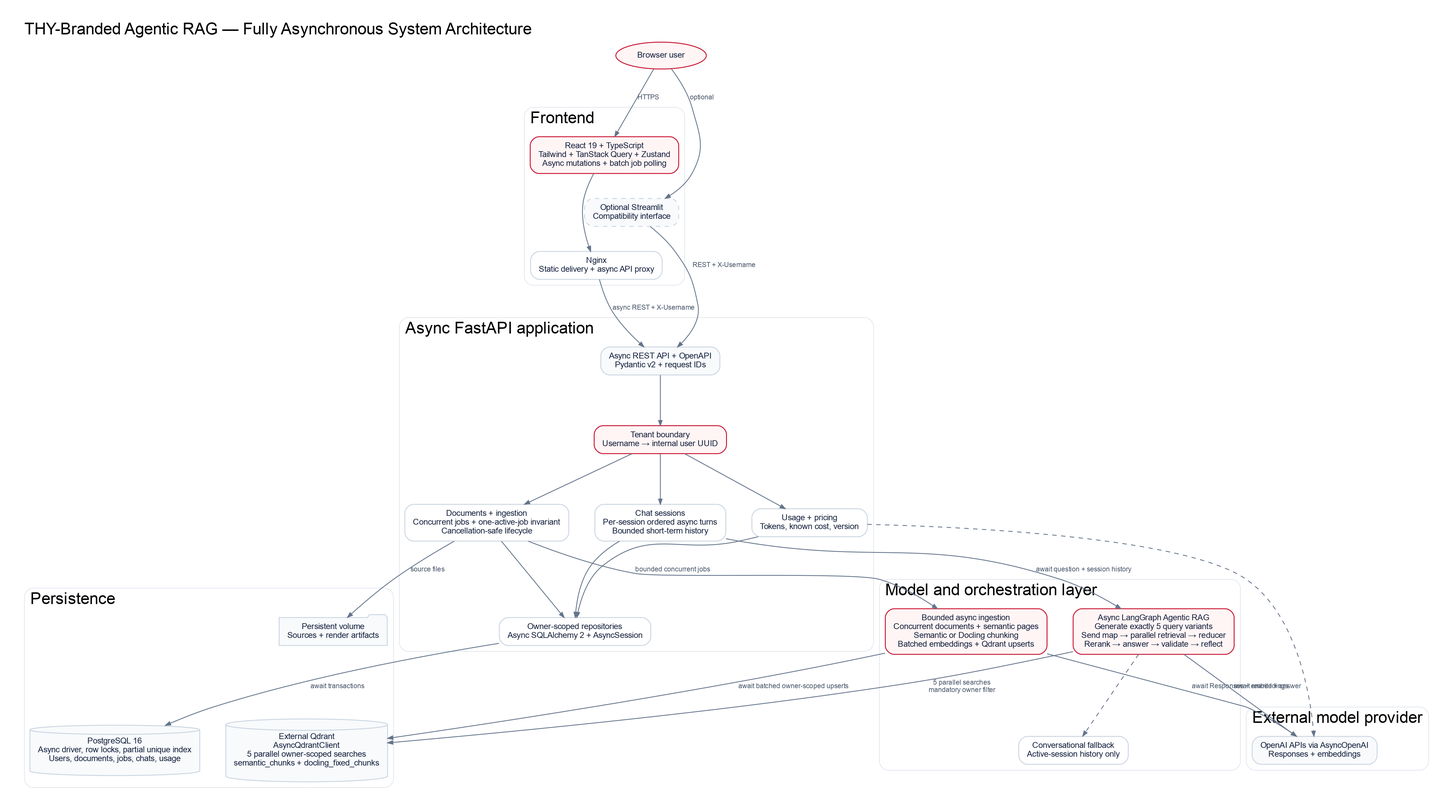
sefaisci/THY-Case-Study keeps this Graphviz diagram as docs/architecture/complete-system-architecture.png. Above is the earlier version. Its source is kept beside it as docs/architecture/complete-system-architecture.dot.
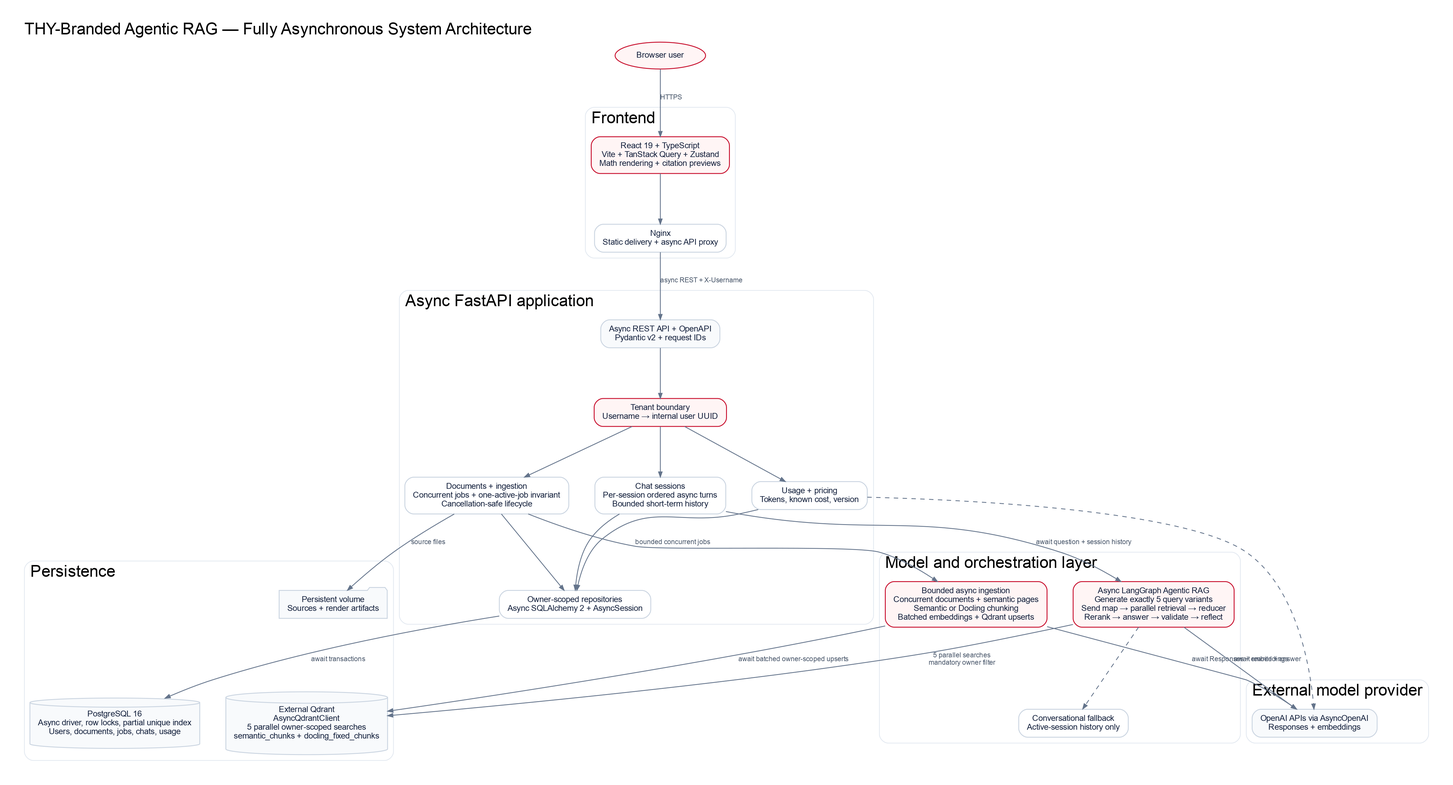
After the commit.

Commit message:
Document the React-only application architecture

What changed in the source:
```diff
@@ -40,9 +40,8 @@
     label="Frontend";
     color="#E2E8F0";
     style="rounded";
-    react [label="React 19 + TypeScript\nTailwind + TanStack Query + Zustand\nAsync mutations + batch job polling", fillcolor="#FFF5F5", color="#C8102E"];
+    react [label="React 19 + TypeScript\nVite + TanStack Query + Zustand\nMath rendering + citation previews", fillcolor="#FFF5F5", color="#C8102E"];
     nginx [label="Nginx\nStatic delivery + async API proxy"];
-    streamlit [label="Optional Streamlit\nCompatibility interface", style="rounded,dashed,filled", fillcolor="#F8FAFC"];
     react -> nginx;
   }
 
@@ -92,9 +91,7 @@
   }
 
   user -> react [label="HTTPS"];
-  user -> streamlit [label="optional"];
   nginx -> api [label="async REST + X-Username"];
-  streamlit -> api [label="REST + X-Username"];
   document_service -> ingestion_pipeline [label="bounded concurrent jobs"];
   chat_service -> rag_graph [label="await question + session history"];
   repositories -> postgres [label="await transactions"];
```
